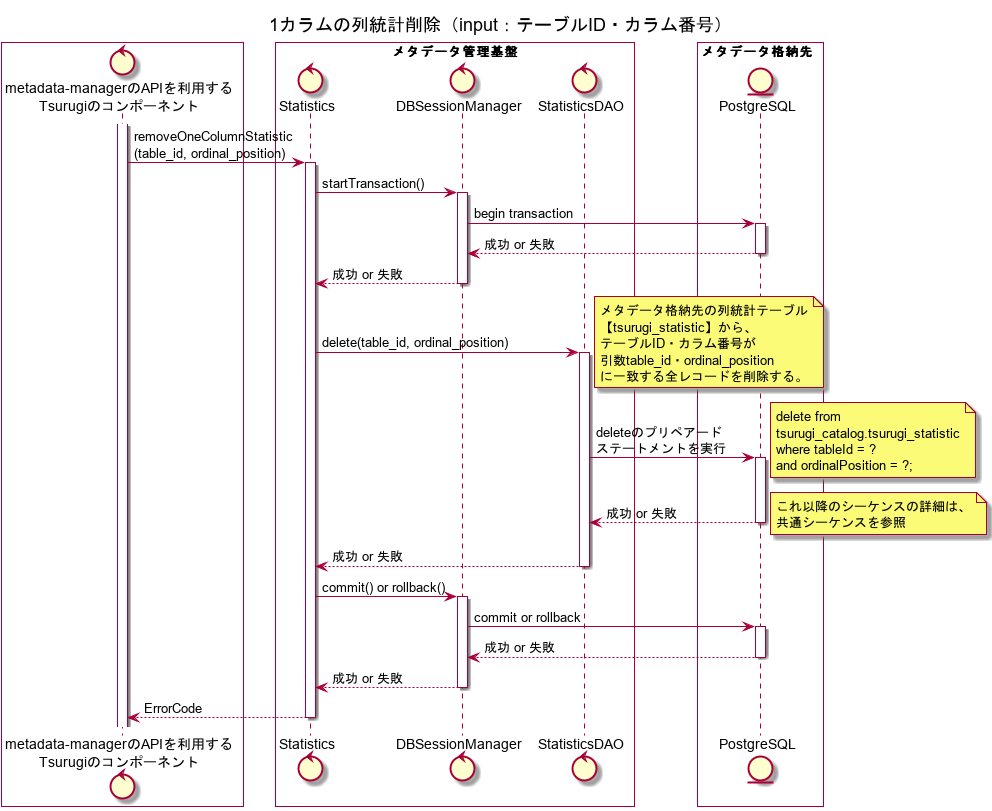
project-tsurugi/metadata-manager keeps this PlantUML diagram as metadata-manager/docs/statistic/02.FD/out/uml/SequenceDiagram_detail/1カラムの列統計削除（input：テーブルID・カラム番号）.png. Above is the earlier version. Source of this version:
```plantuml
@startuml
title 1カラムの列統計削除（input：テーブルID・カラム番号）

box #White
control "metadata-managerのAPIを利用する\nTsurugiのコンポーネント" as ogawayama
end box
box "メタデータ管理基盤" #White
control "Statistics" as Statistics
control "DBSessionManager" as DBSessionManager
control "StatisticsDAO" as StatisticsDAO
end box
box メタデータ格納先  #White
entity "PostgreSQL" as metadata_storage
end box

activate ogawayama
ogawayama -> Statistics : removeOneColumnStatistic\n(table_id, ordinal_position)
activate Statistics
Statistics -> DBSessionManager : startTransaction()
activate DBSessionManager
DBSessionManager -> metadata_storage : begin transaction
activate metadata_storage
DBSessionManager <-- metadata_storage: 成功 or 失敗
deactivate metadata_storage
Statistics <-- DBSessionManager : 成功 or 失敗
deactivate DBSessionManager
Statistics -> StatisticsDAO : delete(table_id, ordinal_position)
note right
メタデータ格納先の列統計テーブル
【tsurugi_statistic】から、
テーブルID・カラム番号が
引数table_id・ordinal_position
に一致する全レコードを削除する。
end note
activate StatisticsDAO
StatisticsDAO -> metadata_storage : deleteのプリペアード\nステートメントを実行
note right
delete from
tsurugi_catalog.tsurugi_statistic
where tableId = ?
and ordinalPosition = ?;
end note
activate metadata_storage
StatisticsDAO <-- metadata_storage : 成功 or 失敗
note right
これ以降のシーケンスの詳細は、
共通シーケンスを参照
end note
deactivate metadata_storage
Statistics <-- StatisticsDAO : 成功 or 失敗
deactivate StatisticsDAO
Statistics -> DBSessionManager : commit() or rollback()
activate DBSessionManager
DBSessionManager -> metadata_storage : commit or rollback
activate metadata_storage
DBSessionManager <-- metadata_storage : 成功 or 失敗
deactivate metadata_storage
Statistics <-- DBSessionManager : 成功 or 失敗
deactivate DBSessionManager
ogawayama <-- Statistics : ErrorCode
deactivate Statistics
@enduml
```
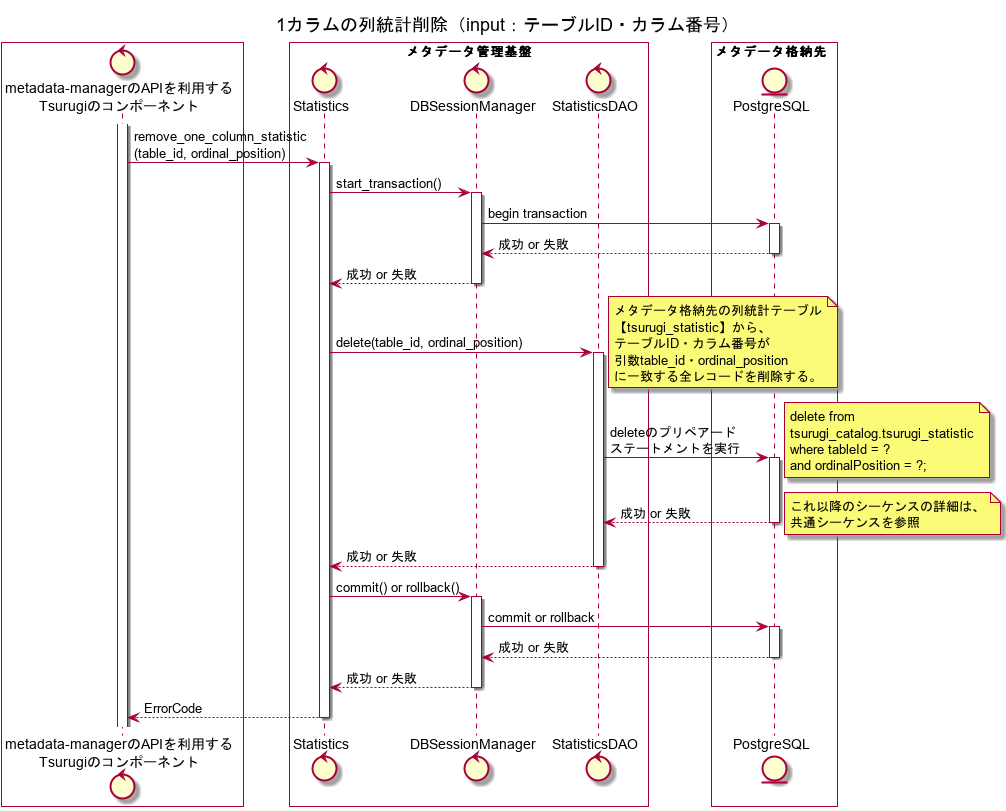
After the change.

Diff of the diagram source:
```diff
@@ -14,9 +14,9 @@
 end box
 
 activate ogawayama
-ogawayama -> Statistics : removeOneColumnStatistic\n(table_id, ordinal_position)
+ogawayama -> Statistics : remove_one_column_statistic\n(table_id, ordinal_position)
 activate Statistics
-Statistics -> DBSessionManager : startTransaction()
+Statistics -> DBSessionManager : start_transaction()
 activate DBSessionManager
 DBSessionManager -> metadata_storage : begin transaction
 activate metadata_storage
```
